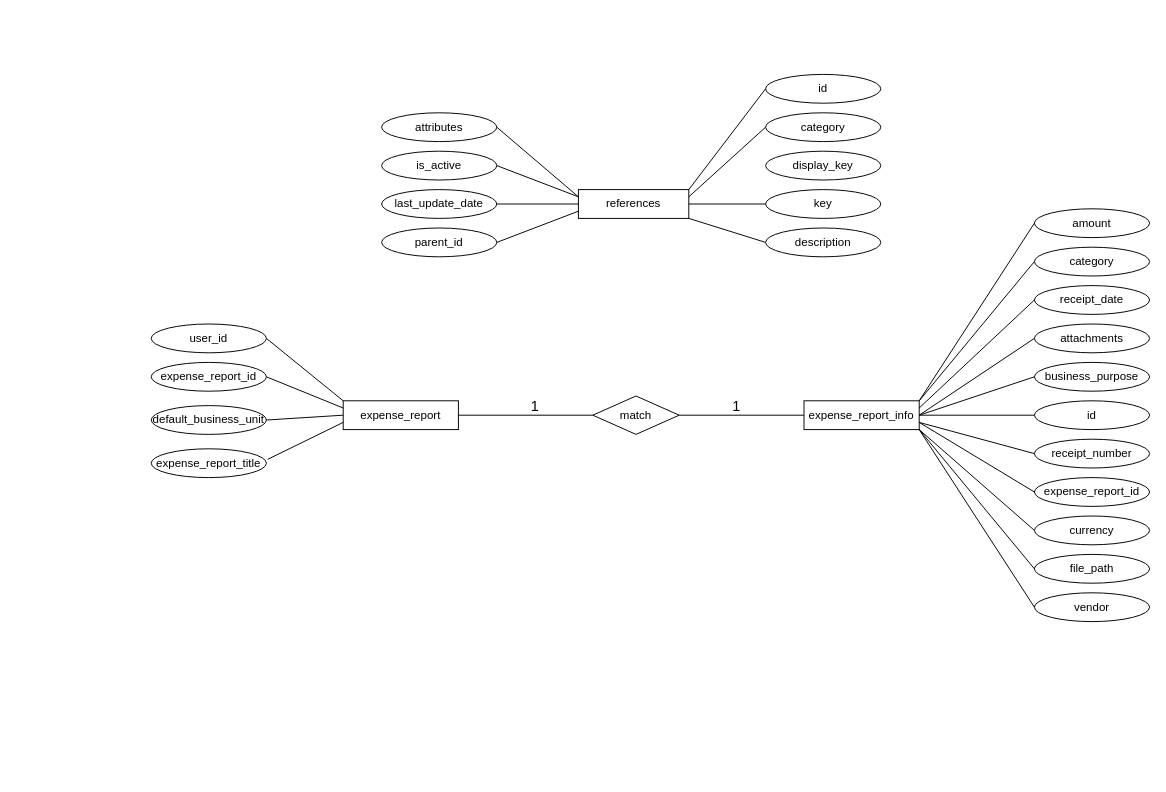
Steven-Chuang-Yuan/task keeps this draw.io diagram as page "Page-1" (1 of 2) of Untitled Diagram.drawio. Above is the earlier version. Source tidied: cells renumbered, new cells numbered last; positions are measured from the earlier drawing's top-left corner, leaving out a move shared by most shapes. Both pictures are drawn from the tidied source at 96%, with x=0, y=0 at pixel (151, 74).
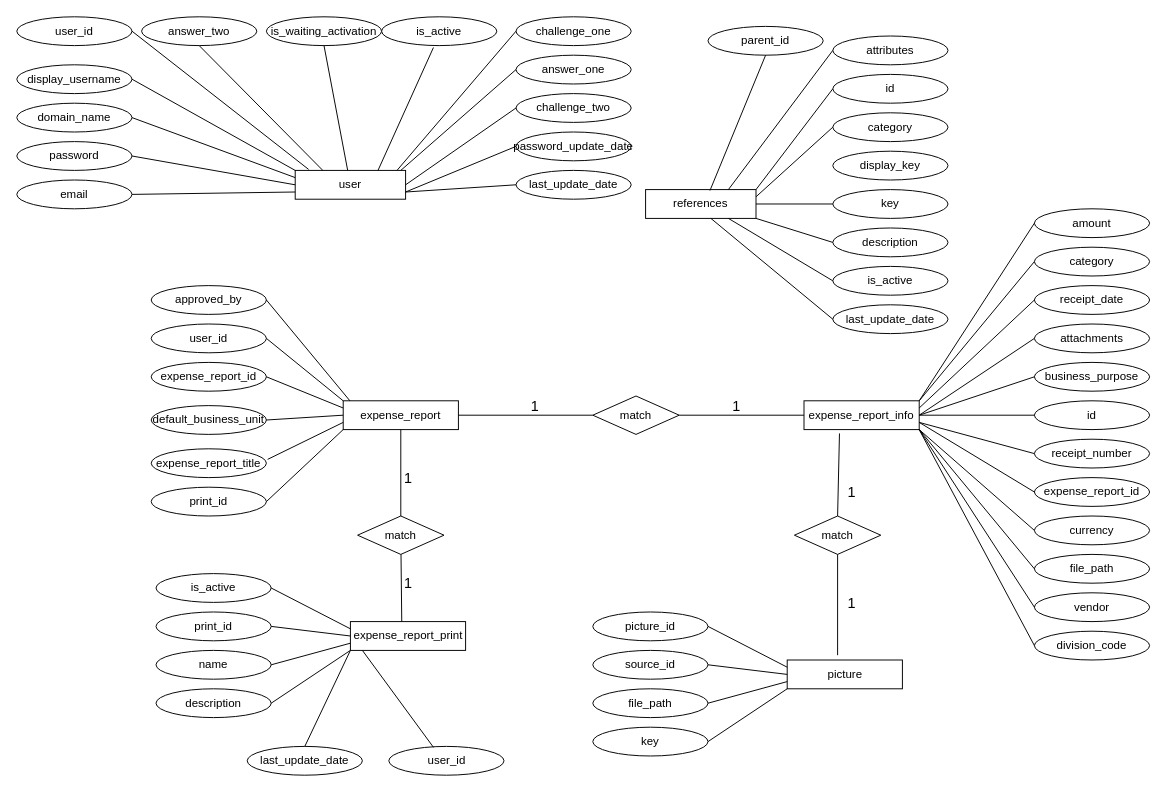
The same diagram, later.

Unchanged cells that the change refers to:
```xml
<mxCell id="2" value="expense_report" style="rounded=0;whiteSpace=wrap;html=1;" parent="1" vertex="1">
  <mxGeometry x="200" y="340" width="120" height="30" as="geometry" />
</mxCell>
<mxCell id="3" value="expense_report_info" style="rounded=0;whiteSpace=wrap;html=1;" parent="1" vertex="1">
  <mxGeometry x="680" y="340" width="120" height="30" as="geometry" />
</mxCell>
```

What changed in the source:
```diff
@@
     <mxCell id="39" value="references" style="rounded=0;whiteSpace=wrap;html=1;" parent="1" vertex="1">
-      <mxGeometry x="445" y="120" width="115" height="30" as="geometry" />
+      <mxGeometry x="515" y="120" width="115" height="30" as="geometry" />
     </mxCell>
     <mxCell id="40" value="parent_id" style="ellipse;whiteSpace=wrap;html=1;" parent="1" vertex="1">
-      <mxGeometry x="240" y="160" width="120" height="30" as="geometry" />
+      <mxGeometry x="580" y="-50" width="120" height="30" as="geometry" />
     </mxCell>
     <mxCell id="41" value="category" style="ellipse;whiteSpace=wrap;html=1;" parent="1" vertex="1">
-      <mxGeometry x="640" y="40" width="120" height="30" as="geometry" />
+      <mxGeometry x="710" y="40" width="120" height="30" as="geometry" />
     </mxCell>
     <mxCell id="42" value="key" style="ellipse;whiteSpace=wrap;html=1;" parent="1" vertex="1">
-      <mxGeometry x="640" y="120" width="120" height="30" as="geometry" />
+      <mxGeometry x="710" y="120" width="120" height="30" as="geometry" />
     </mxCell>
     <mxCell id="43" value="display_key" style="ellipse;whiteSpace=wrap;html=1;" parent="1" vertex="1">
-      <mxGeometry x="640" y="80" width="120" height="30" as="geometry" />
+      <mxGeometry x="710" y="80" width="120" height="30" as="geometry" />
     </mxCell>
     <mxCell id="44" value="id" style="ellipse;whiteSpace=wrap;html=1;" parent="1" vertex="1">
-      <mxGeometry x="640" width="120" height="30" as="geometry" />
+      <mxGeometry x="710" width="120" height="30" as="geometry" />
     </mxCell>
     <mxCell id="45" value="description" style="ellipse;whiteSpace=wrap;html=1;" parent="1" vertex="1">
-      <mxGeometry x="640" y="160" width="120" height="30" as="geometry" />
+      <mxGeometry x="710" y="160" width="120" height="30" as="geometry" />
     </mxCell>
     <mxCell id="46" value="is_active" style="ellipse;whiteSpace=wrap;html=1;" parent="1" vertex="1">
-      <mxGeometry x="240" y="80" width="120" height="30" as="geometry" />
+      <mxGeometry x="710" y="200" width="120" height="30" as="geometry" />
     </mxCell>
     <mxCell id="47" value="last_update_date" style="ellipse;whiteSpace=wrap;html=1;" parent="1" vertex="1">
-      <mxGeometry x="240" y="120" width="120" height="30" as="geometry" />
+      <mxGeometry x="710" y="240" width="120" height="30" as="geometry" />
     </mxCell>
     <mxCell id="48" value="attributes" style="ellipse;whiteSpace=wrap;html=1;" parent="1" vertex="1">
-      <mxGeometry x="240" y="40" width="120" height="30" as="geometry" />
+      <mxGeometry x="710" y="-40" width="120" height="30" as="geometry" />
     </mxCell>
-    <mxCell id="49" style="endArrow=none;html=1;exitX=1;exitY=0.5;exitDx=0;exitDy=0;entryX=0;entryY=0.25;entryDx=0;entryDy=0;" parent="1" edge="1" source="48" target="39">
+    <mxCell id="49" style="endArrow=none;html=1;exitX=0;exitY=0.5;exitDx=0;exitDy=0;entryX=0.75;entryY=0;entryDx=0;entryDy=0;" parent="1" edge="1" source="48" target="39">
       <mxGeometry relative="1" as="geometry" />
     </mxCell>
-    <mxCell id="50" style="endArrow=none;html=1;exitX=1;exitY=0.5;exitDx=0;exitDy=0;entryX=0;entryY=0.25;entryDx=0;entryDy=0;" parent="1" edge="1" source="46" target="39">
+    <mxCell id="50" style="endArrow=none;html=1;exitX=0;exitY=0.5;exitDx=0;exitDy=0;entryX=0.75;entryY=1;entryDx=0;entryDy=0;" parent="1" edge="1" source="46" target="39">
       <mxGeometry relative="1" as="geometry" />
     </mxCell>
-    <mxCell id="51" style="endArrow=none;html=1;entryX=1;entryY=0.5;entryDx=0;entryDy=0;exitX=0;exitY=0.5;exitDx=0;exitDy=0;" parent="1" edge="1" source="39" target="47">
-      <mxGeometry relative="1" as="geometry" />
+    <mxCell id="51" style="endArrow=none;html=1;entryX=0;entryY=0.5;entryDx=0;entryDy=0;" parent="1" edge="1" target="47">
+      <mxGeometry relative="1" as="geometry">
+        <mxPoint x="583" y="150" as="sourcePoint" />
+      </mxGeometry>
     </mxCell>
-    <mxCell id="52" style="endArrow=none;html=1;exitX=0;exitY=0.75;exitDx=0;exitDy=0;entryX=1;entryY=0.5;entryDx=0;entryDy=0;" parent="1" edge="1" source="39" target="40">
+    <mxCell id="52" style="endArrow=none;html=1;exitX=0.583;exitY=0.033;exitDx=0;exitDy=0;entryX=0.5;entryY=1;entryDx=0;entryDy=0;exitPerimeter=0;" parent="1" edge="1" source="39" target="40">
       <mxGeometry relative="1" as="geometry" />
     </mxCell>
@@
+    <mxCell id="57" value="expense_report_print" style="rounded=0;whiteSpace=wrap;html=1;" parent="1" vertex="1">
+      <mxGeometry x="207.5" y="570" width="120" height="30" as="geometry" />
+    </mxCell>
+    <mxCell id="58" value="print_id" style="ellipse;whiteSpace=wrap;html=1;" parent="1" vertex="1">
+      <mxGeometry x="5" y="560" width="120" height="30" as="geometry" />
+    </mxCell>
+    <mxCell id="59" value="name" style="ellipse;whiteSpace=wrap;html=1;" parent="1" vertex="1">
+      <mxGeometry x="5" y="600" width="120" height="30" as="geometry" />
+    </mxCell>
+    <mxCell id="60" value="description" style="ellipse;whiteSpace=wrap;html=1;" parent="1" vertex="1">
+      <mxGeometry x="5" y="640" width="120" height="30" as="geometry" />
+    </mxCell>
+    <mxCell id="61" value="user_id" style="ellipse;whiteSpace=wrap;html=1;" parent="1" vertex="1">
+      <mxGeometry x="247.5" y="700" width="120" height="30" as="geometry" />
+    </mxCell>
+    <mxCell id="62" value="is_active" style="ellipse;whiteSpace=wrap;html=1;" parent="1" vertex="1">
+      <mxGeometry x="5" y="520" width="120" height="30" as="geometry" />
+    </mxCell>
+    <mxCell id="63" value="last_update_date" style="ellipse;whiteSpace=wrap;html=1;" parent="1" vertex="1">
+      <mxGeometry x="100" y="700" width="120" height="30" as="geometry" />
+    </mxCell>
+    <mxCell id="64" style="endArrow=none;html=1;exitX=1;exitY=0.5;exitDx=0;exitDy=0;entryX=0;entryY=0.25;entryDx=0;entryDy=0;" parent="1" edge="1" source="62" target="57">
+      <mxGeometry relative="1" as="geometry" />
+    </mxCell>
+    <mxCell id="65" style="endArrow=none;html=1;exitX=1;exitY=0.5;exitDx=0;exitDy=0;entryX=0;entryY=0.5;entryDx=0;entryDy=0;" parent="1" edge="1" source="58" target="57">
+      <mxGeometry relative="1" as="geometry" />
+    </mxCell>
+    <mxCell id="66" style="endArrow=none;html=1;exitX=1;exitY=0.5;exitDx=0;exitDy=0;entryX=0;entryY=0.75;entryDx=0;entryDy=0;" parent="1" edge="1" source="59" target="57">
+      <mxGeometry relative="1" as="geometry" />
+    </mxCell>
+    <mxCell id="67" style="endArrow=none;html=1;exitX=1;exitY=0.5;exitDx=0;exitDy=0;entryX=0;entryY=1;entryDx=0;entryDy=0;" parent="1" edge="1" source="60" target="57">
+      <mxGeometry relative="1" as="geometry" />
+    </mxCell>
+    <mxCell id="68" style="endArrow=none;html=1;entryX=0.388;entryY=0.033;entryDx=0;entryDy=0;exitX=0.104;exitY=1;exitDx=0;exitDy=0;entryPerimeter=0;exitPerimeter=0;" parent="1" edge="1" source="57" target="61">
+      <mxGeometry relative="1" as="geometry" />
+    </mxCell>
+    <mxCell id="69" style="endArrow=none;html=1;entryX=0.5;entryY=0;entryDx=0;entryDy=0;exitX=0;exitY=1;exitDx=0;exitDy=0;" parent="1" edge="1" source="57" target="63">
+      <mxGeometry relative="1" as="geometry" />
+    </mxCell>
+    <mxCell id="70" value="match" style="rhombus;whiteSpace=wrap;html=1;direction=west;rotation=0;" parent="1" vertex="1">
+      <mxGeometry x="215" y="460" width="90" height="40" as="geometry" />
+    </mxCell>
+    <mxCell id="71" style="endArrow=none;html=1;exitX=0.5;exitY=1;exitDx=0;exitDy=0;entryX=0.5;entryY=1;entryDx=0;entryDy=0;" parent="1" edge="1" source="2" target="70">
+      <mxGeometry relative="1" as="geometry" />
+    </mxCell>
+    <mxCell id="72" style="endArrow=none;html=1;" parent="1" edge="1" source="70">
+      <mxGeometry relative="1" as="geometry">
+        <mxPoint x="261" y="570" as="targetPoint" />
+      </mxGeometry>
+    </mxCell>
+    <mxCell id="73" value="&lt;font style=&quot;font-size: 15px&quot;&gt;1&lt;/font&gt;" style="text;html=1;strokeColor=none;fillColor=none;align=center;verticalAlign=middle;whiteSpace=wrap;rounded=0;" parent="1" vertex="1">
+      <mxGeometry x="247.5" y="410" width="40" height="20" as="geometry" />
+    </mxCell>
+    <mxCell id="74" value="&lt;font style=&quot;font-size: 15px&quot;&gt;1&lt;/font&gt;" style="text;html=1;strokeColor=none;fillColor=none;align=center;verticalAlign=middle;whiteSpace=wrap;rounded=0;" parent="1" vertex="1">
+      <mxGeometry x="247.5" y="520" width="40" height="20" as="geometry" />
+    </mxCell>
+    <mxCell id="75" value="print_id" style="ellipse;whiteSpace=wrap;html=1;" parent="1" vertex="1">
+      <mxGeometry y="430" width="120" height="30" as="geometry" />
+    </mxCell>
+    <mxCell id="76" style="endArrow=none;html=1;exitX=1;exitY=0.5;exitDx=0;exitDy=0;entryX=0;entryY=1;entryDx=0;entryDy=0;" parent="1" edge="1" source="75" target="2">
+      <mxGeometry relative="1" as="geometry" />
+    </mxCell>
+    <mxCell id="77" value="approved_by" style="ellipse;whiteSpace=wrap;html=1;" parent="1" vertex="1">
+      <mxGeometry y="220" width="120" height="30" as="geometry" />
+    </mxCell>
+    <mxCell id="78" style="endArrow=none;html=1;" parent="1" edge="1">
+      <mxGeometry relative="1" as="geometry">
+        <mxPoint x="120" y="235" as="sourcePoint" />
+        <mxPoint x="207" y="340" as="targetPoint" />
+      </mxGeometry>
+    </mxCell>
+    <mxCell id="79" value="picture" style="rounded=0;whiteSpace=wrap;html=1;" parent="1" vertex="1">
+      <mxGeometry x="662.5" y="610" width="120" height="30" as="geometry" />
+    </mxCell>
+    <mxCell id="80" value="source_id" style="ellipse;whiteSpace=wrap;html=1;" parent="1" vertex="1">
+      <mxGeometry x="460" y="600" width="120" height="30" as="geometry" />
+    </mxCell>
+    <mxCell id="81" value="file_path" style="ellipse;whiteSpace=wrap;html=1;" parent="1" vertex="1">
+      <mxGeometry x="460" y="640" width="120" height="30" as="geometry" />
+    </mxCell>
+    <mxCell id="82" value="key" style="ellipse;whiteSpace=wrap;html=1;" parent="1" vertex="1">
+      <mxGeometry x="460" y="680" width="120" height="30" as="geometry" />
+    </mxCell>
+    <mxCell id="83" value="picture_id" style="ellipse;whiteSpace=wrap;html=1;" parent="1" vertex="1">
+      <mxGeometry x="460" y="560" width="120" height="30" as="geometry" />
+    </mxCell>
+    <mxCell id="84" style="endArrow=none;html=1;exitX=1;exitY=0.5;exitDx=0;exitDy=0;entryX=0;entryY=0.25;entryDx=0;entryDy=0;" parent="1" edge="1" source="83" target="79">
+      <mxGeometry relative="1" as="geometry" />
+    </mxCell>
+    <mxCell id="85" style="endArrow=none;html=1;exitX=1;exitY=0.5;exitDx=0;exitDy=0;entryX=0;entryY=0.5;entryDx=0;entryDy=0;" parent="1" edge="1" source="80" target="79">
+      <mxGeometry relative="1" as="geometry" />
+    </mxCell>
+    <mxCell id="86" style="endArrow=none;html=1;exitX=1;exitY=0.5;exitDx=0;exitDy=0;entryX=0;entryY=0.75;entryDx=0;entryDy=0;" parent="1" edge="1" source="81" target="79">
+      <mxGeometry relative="1" as="geometry" />
+    </mxCell>
+    <mxCell id="87" style="endArrow=none;html=1;exitX=1;exitY=0.5;exitDx=0;exitDy=0;entryX=0;entryY=1;entryDx=0;entryDy=0;" parent="1" edge="1" source="82" target="79">
+      <mxGeometry relative="1" as="geometry" />
+    </mxCell>
+    <mxCell id="88" value="match" style="rhombus;whiteSpace=wrap;html=1;direction=west;rotation=0;" parent="1" vertex="1">
+      <mxGeometry x="670" y="460" width="90" height="40" as="geometry" />
+    </mxCell>
+    <mxCell id="89" style="endArrow=none;html=1;exitX=0.5;exitY=1;exitDx=0;exitDy=0;entryX=0.308;entryY=1.133;entryDx=0;entryDy=0;entryPerimeter=0;" parent="1" edge="1" source="88" target="3">
+      <mxGeometry relative="1" as="geometry" />
+    </mxCell>
+    <mxCell id="90" style="endArrow=none;html=1;exitX=0.5;exitY=0;exitDx=0;exitDy=0;" parent="1" edge="1" source="88">
+      <mxGeometry relative="1" as="geometry">
+        <mxPoint x="715" y="605" as="targetPoint" />
+      </mxGeometry>
+    </mxCell>
+    <mxCell id="91" value="&lt;font style=&quot;font-size: 15px&quot;&gt;1&lt;/font&gt;" style="text;html=1;strokeColor=none;fillColor=none;align=center;verticalAlign=middle;whiteSpace=wrap;rounded=0;" parent="1" vertex="1">
+      <mxGeometry x="710" y="425" width="40" height="20" as="geometry" />
+    </mxCell>
+    <mxCell id="92" value="&lt;font style=&quot;font-size: 15px&quot;&gt;1&lt;/font&gt;" style="text;html=1;strokeColor=none;fillColor=none;align=center;verticalAlign=middle;whiteSpace=wrap;rounded=0;" parent="1" vertex="1">
+      <mxGeometry x="710" y="540" width="40" height="20" as="geometry" />
+    </mxCell>
+    <mxCell id="93" value="user" style="rounded=0;whiteSpace=wrap;html=1;" parent="1" vertex="1">
+      <mxGeometry x="150" y="100" width="115" height="30" as="geometry" />
+    </mxCell>
+    <mxCell id="94" value="user_id" style="ellipse;whiteSpace=wrap;html=1;" parent="1" vertex="1">
+      <mxGeometry x="-140" y="-60" width="120" height="30" as="geometry" />
+    </mxCell>
+    <mxCell id="95" value="password" style="ellipse;whiteSpace=wrap;html=1;" parent="1" vertex="1">
+      <mxGeometry x="-140" y="70" width="120" height="30" as="geometry" />
+    </mxCell>
+    <mxCell id="96" value="challenge_one" style="ellipse;whiteSpace=wrap;html=1;" parent="1" vertex="1">
+      <mxGeometry x="380" y="-60" width="120" height="30" as="geometry" />
+    </mxCell>
+    <mxCell id="97" value="email" style="ellipse;whiteSpace=wrap;html=1;" parent="1" vertex="1">
+      <mxGeometry x="-140" y="110" width="120" height="30" as="geometry" />
+    </mxCell>
+    <mxCell id="98" value="domain_name" style="ellipse;whiteSpace=wrap;html=1;" parent="1" vertex="1">
+      <mxGeometry x="-140" y="30" width="120" height="30" as="geometry" />
+    </mxCell>
+    <mxCell id="99" value="answer_one" style="ellipse;whiteSpace=wrap;html=1;" parent="1" vertex="1">
+      <mxGeometry x="380" y="-20" width="120" height="30" as="geometry" />
+    </mxCell>
+    <mxCell id="100" value="challenge_two" style="ellipse;whiteSpace=wrap;html=1;" parent="1" vertex="1">
+      <mxGeometry x="380" y="20" width="120" height="30" as="geometry" />
+    </mxCell>
+    <mxCell id="101" value="answer_two" style="ellipse;whiteSpace=wrap;html=1;" parent="1" vertex="1">
+      <mxGeometry x="-10" y="-60" width="120" height="30" as="geometry" />
+    </mxCell>
+    <mxCell id="102" value="display_username" style="ellipse;whiteSpace=wrap;html=1;" parent="1" vertex="1">
+      <mxGeometry x="-140" y="-10" width="120" height="30" as="geometry" />
+    </mxCell>
+    <mxCell id="103" style="endArrow=none;html=1;exitX=1;exitY=0.5;exitDx=0;exitDy=0;entryX=0;entryY=0;entryDx=0;entryDy=0;" parent="1" edge="1" source="102" target="93">
+      <mxGeometry relative="1" as="geometry" />
+    </mxCell>
+    <mxCell id="104" style="endArrow=none;html=1;exitX=0;exitY=0.5;exitDx=0;exitDy=0;entryX=1;entryY=0.5;entryDx=0;entryDy=0;" parent="1" edge="1" source="100" target="93">
+      <mxGeometry relative="1" as="geometry" />
+    </mxCell>
+    <mxCell id="105" style="endArrow=none;html=1;entryX=1;entryY=0.5;entryDx=0;entryDy=0;exitX=0.122;exitY=-0.033;exitDx=0;exitDy=0;exitPerimeter=0;" parent="1" edge="1" source="93" target="94">
+      <mxGeometry relative="1" as="geometry" />
+    </mxCell>
+    <mxCell id="106" style="endArrow=none;html=1;entryX=1;entryY=0.5;entryDx=0;entryDy=0;exitX=0;exitY=0.25;exitDx=0;exitDy=0;" parent="1" edge="1" source="93" target="98">
+      <mxGeometry relative="1" as="geometry" />
+    </mxCell>
+    <mxCell id="107" style="endArrow=none;html=1;entryX=1;entryY=0.5;entryDx=0;entryDy=0;exitX=0;exitY=0.5;exitDx=0;exitDy=0;" parent="1" edge="1" source="93" target="95">
+      <mxGeometry relative="1" as="geometry" />
+    </mxCell>
+    <mxCell id="108" style="endArrow=none;html=1;entryX=0.922;entryY=0;entryDx=0;entryDy=0;exitX=0;exitY=0.5;exitDx=0;exitDy=0;entryPerimeter=0;" parent="1" edge="1" source="96" target="93">
+      <mxGeometry relative="1" as="geometry" />
+    </mxCell>
+    <mxCell id="109" style="endArrow=none;html=1;entryX=0;entryY=0.5;entryDx=0;entryDy=0;" parent="1" edge="1" target="99">
+      <mxGeometry relative="1" as="geometry">
+        <mxPoint x="260" y="100" as="sourcePoint" />
+      </mxGeometry>
+    </mxCell>
+    <mxCell id="110" style="endArrow=none;html=1;entryX=1;entryY=0.5;entryDx=0;entryDy=0;exitX=0;exitY=0.75;exitDx=0;exitDy=0;" parent="1" edge="1" source="93" target="97">
+      <mxGeometry relative="1" as="geometry" />
+    </mxCell>
+    <mxCell id="111" style="endArrow=none;html=1;exitX=0.5;exitY=1;exitDx=0;exitDy=0;entryX=0.25;entryY=0;entryDx=0;entryDy=0;" parent="1" edge="1" source="101" target="93">
+      <mxGeometry relative="1" as="geometry" />
+    </mxCell>
+    <mxCell id="112" value="is_waiting_activation" style="ellipse;whiteSpace=wrap;html=1;" parent="1" vertex="1">
+      <mxGeometry x="120" y="-60" width="120" height="30" as="geometry" />
+    </mxCell>
+    <mxCell id="113" style="endArrow=none;html=1;exitX=0.5;exitY=1;exitDx=0;exitDy=0;" parent="1" edge="1" source="112" target="93">
+      <mxGeometry relative="1" as="geometry" />
+    </mxCell>
+    <mxCell id="114" value="password_update_date" style="ellipse;whiteSpace=wrap;html=1;" parent="1" vertex="1">
+      <mxGeometry x="380" y="60" width="120" height="30" as="geometry" />
+    </mxCell>
+    <mxCell id="115" value="is_active" style="ellipse;whiteSpace=wrap;html=1;" parent="1" vertex="1">
+      <mxGeometry x="240" y="-60" width="120" height="30" as="geometry" />
+    </mxCell>
+    <mxCell id="116" value="last_update_date" style="ellipse;whiteSpace=wrap;html=1;" parent="1" vertex="1">
+      <mxGeometry x="380" y="100" width="120" height="30" as="geometry" />
+    </mxCell>
+    <mxCell id="117" style="endArrow=none;html=1;exitX=0.45;exitY=1.067;exitDx=0;exitDy=0;exitPerimeter=0;entryX=0.75;entryY=0;entryDx=0;entryDy=0;" parent="1" edge="1" source="115" target="93">
+      <mxGeometry relative="1" as="geometry" />
+    </mxCell>
+    <mxCell id="118" style="endArrow=none;html=1;exitX=1;exitY=0.75;exitDx=0;exitDy=0;entryX=0;entryY=0.5;entryDx=0;entryDy=0;" parent="1" edge="1" source="93" target="114">
+      <mxGeometry relative="1" as="geometry" />
+    </mxCell>
+    <mxCell id="119" style="endArrow=none;html=1;exitX=1;exitY=0.75;exitDx=0;exitDy=0;entryX=0;entryY=0.5;entryDx=0;entryDy=0;" parent="1" edge="1" source="93" target="116">
+      <mxGeometry relative="1" as="geometry" />
+    </mxCell>
+    <mxCell id="120" value="division_code" style="ellipse;whiteSpace=wrap;html=1;" parent="1" vertex="1">
+      <mxGeometry x="920" y="580" width="120" height="30" as="geometry" />
+    </mxCell>
+    <mxCell id="121" style="endArrow=none;html=1;exitX=0;exitY=0.5;exitDx=0;exitDy=0;entryX=1;entryY=1;entryDx=0;entryDy=0;" parent="1" edge="1" source="120" target="3">
+      <mxGeometry relative="1" as="geometry" />
+    </mxCell>
```
